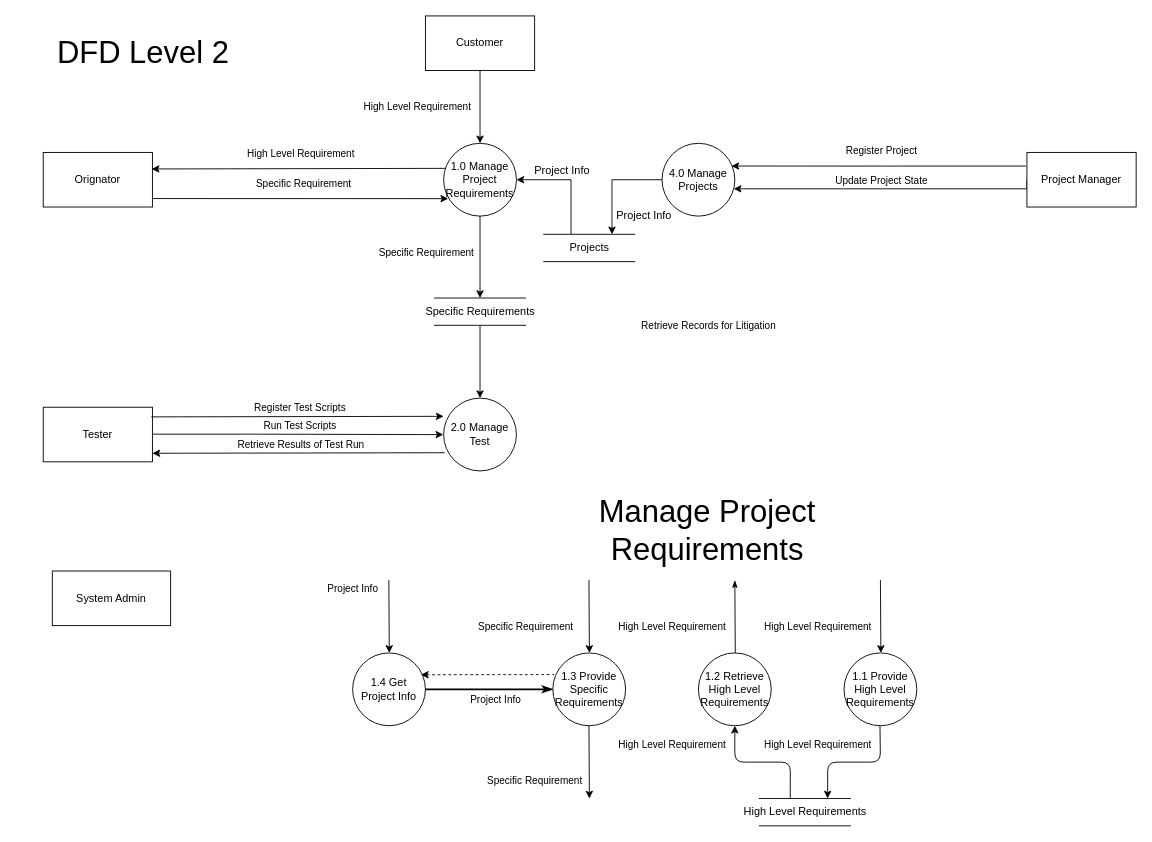
mklasby/ENSF_619_PROJECT keeps this draw.io diagram as Project II/DFD Level 2 - Project .drawio. Above is the earlier version. Source tidied: cells renumbered, new cells numbered last; positions are measured from the earlier drawing's top-left corner, leaving out a move shared by most shapes. Both pictures are drawn from the tidied source at 91%, with x=0, y=0 at pixel (15, 15).
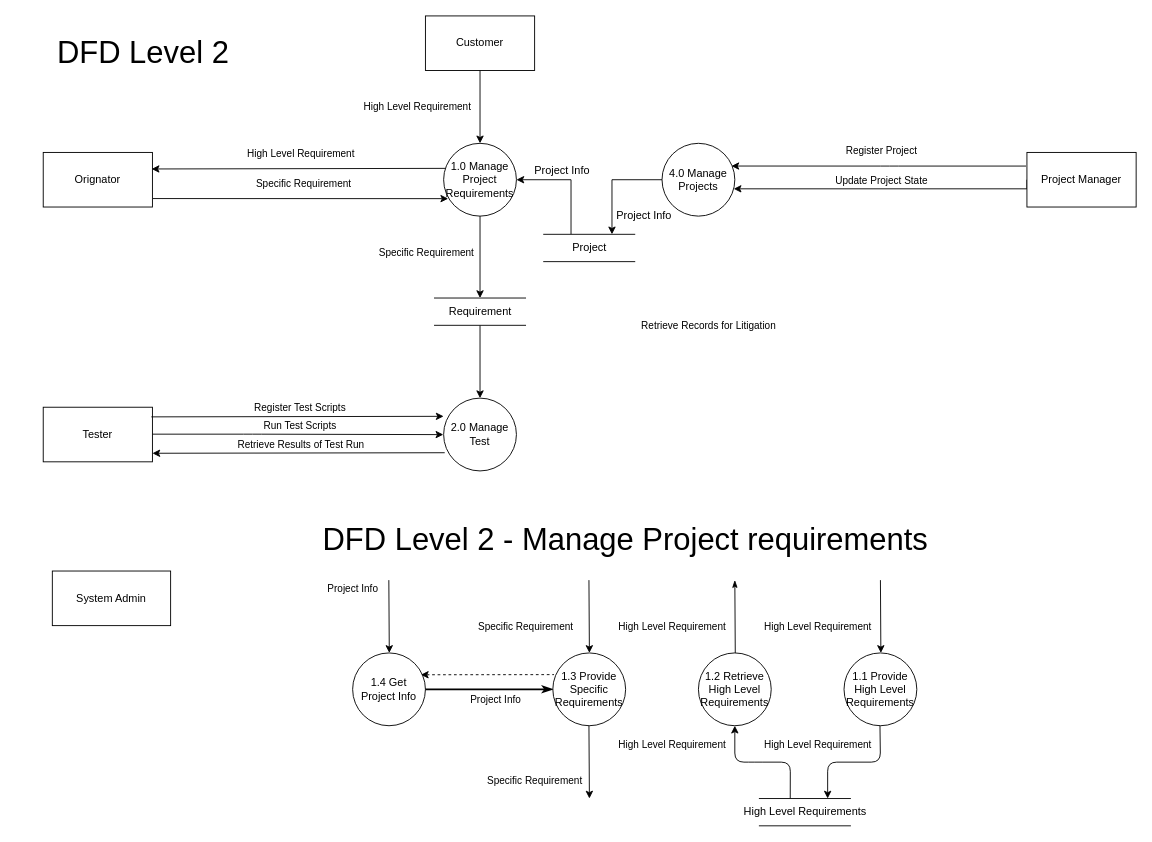
The same diagram, later.

The edit, as a diff of the source:
```diff
@@
-    <mxCell id="22" value="Specific Requirements" style="html=1;dashed=0;whitespace=wrap;shape=partialRectangle;right=0;left=0;" parent="1" vertex="1">
+    <mxCell id="22" value="Requirement" style="html=1;dashed=0;whitespace=wrap;shape=partialRectangle;right=0;left=0;" parent="1" vertex="1">
       <mxGeometry x="460" y="310" width="100" height="30" as="geometry" />
     </mxCell>
@@
-    <mxCell id="25" value="Projects" style="html=1;dashed=0;whitespace=wrap;shape=partialRectangle;right=0;left=0;" parent="1" vertex="1">
+    <mxCell id="25" value="Project" style="html=1;dashed=0;whitespace=wrap;shape=partialRectangle;right=0;left=0;" parent="1" vertex="1">
       <mxGeometry x="580" y="240" width="100" height="30" as="geometry" />
     </mxCell>
@@
-    <mxCell id="59" value="&lt;font style=&quot;font-size: 34px&quot;&gt;Manage Project Requirements&lt;/font&gt;" style="text;html=1;strokeColor=none;fillColor=none;align=center;verticalAlign=middle;whiteSpace=wrap;rounded=0;" parent="1" vertex="1">
-      <mxGeometry x="570" y="555" width="380" height="20" as="geometry" />
+    <mxCell id="59" value="&lt;font style=&quot;font-size: 34px&quot;&gt;DFD Level 2 - Manage Project requirements&lt;/font&gt;" style="text;html=1;strokeColor=none;fillColor=none;align=center;verticalAlign=middle;whiteSpace=wrap;rounded=0;" parent="1" vertex="1">
+      <mxGeometry x="270" y="565" width="800" height="20" as="geometry" />
     </mxCell>
```
